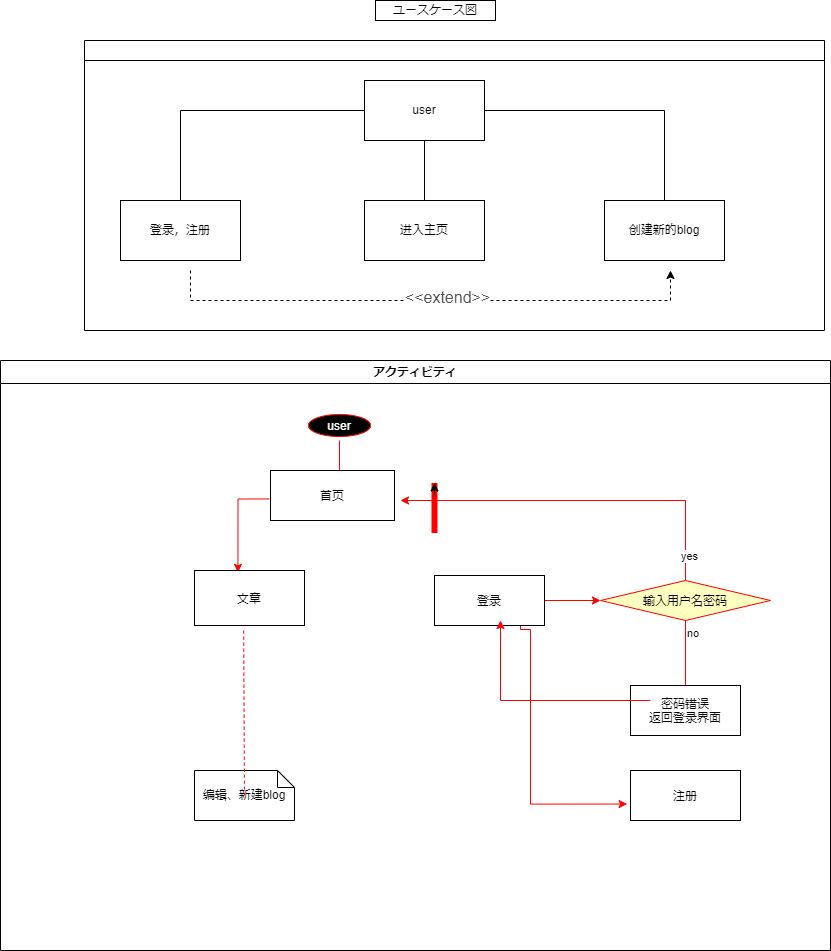
Above: 1.drawio.png in ZYooong/web1 (draw.io), before the change. Source tidied: cells renumbered, new cells last; positions are measured from the earlier drawing's top-left corner, leaving out a move shared by most shapes. Source of this version:
```xml
<mxGraphModel>
  <root>
    <mxCell id="0" />
    <mxCell id="1" parent="0" />
    <mxCell id="2" style="swimlane;html=1;startSize=20;horizontal=1;containerType=tree;glass=0;" parent="1" vertex="1">
      <mxGeometry x="84" y="40" width="740" height="290" as="geometry" />
    </mxCell>
    <mxCell id="3" style="edgeStyle=orthogonalEdgeStyle;rounded=0;jettySize=auto;html=1;entryX=0.5;entryY=0;entryDx=0;entryDy=0;" parent="2" edge="1" source="6" target="7">
      <mxGeometry relative="1" as="geometry" />
    </mxCell>
    <mxCell id="4" style="edgeStyle=orthogonalEdgeStyle;rounded=0;jettySize=auto;html=1;entryX=0.5;entryY=0;entryDx=0;entryDy=0;" parent="2" edge="1" source="6" target="8">
      <mxGeometry relative="1" as="geometry" />
    </mxCell>
    <mxCell id="5" style="edgeStyle=orthogonalEdgeStyle;rounded=0;jettySize=auto;html=1;entryX=0.5;entryY=0;entryDx=0;entryDy=0;" parent="2" edge="1" source="6" target="9">
      <mxGeometry relative="1" as="geometry" />
    </mxCell>
    <mxCell id="6" value="user" style="rounded=0;whiteSpace=wrap;html=1;" parent="2" vertex="1">
      <mxGeometry x="280" y="40" width="120" height="60" as="geometry" />
    </mxCell>
    <mxCell id="7" value="进入主页" style="rounded=0;whiteSpace=wrap;html=1;" parent="2" vertex="1">
      <mxGeometry x="280" y="160" width="120" height="60" as="geometry" />
    </mxCell>
    <mxCell id="8" value="创建新的blog" style="rounded=0;whiteSpace=wrap;html=1;" parent="2" vertex="1">
      <mxGeometry x="520" y="160" width="120" height="60" as="geometry" />
    </mxCell>
    <mxCell id="9" value="登录，注册" style="rounded=0;whiteSpace=wrap;html=1;" parent="2" vertex="1">
      <mxGeometry x="36" y="160" width="120" height="60" as="geometry" />
    </mxCell>
    <mxCell id="10" value="ユースケース図" style="whiteSpace=wrap;html=1;" parent="1" vertex="1">
      <mxGeometry x="375" width="120" height="20" as="geometry" />
    </mxCell>
    <mxCell id="11" value="アクティビティ" style="swimlane;whiteSpace=wrap;" parent="1" vertex="1">
      <mxGeometry y="360" width="830" height="590" as="geometry" />
    </mxCell>
    <mxCell id="12" value="user" style="ellipse;shape=startState;fillColor=#000000;strokeColor=#ff0000;fontColor=#FFFFFF;" parent="11" vertex="1">
      <mxGeometry x="304" y="50" width="70" height="30" as="geometry" />
    </mxCell>
    <mxCell id="13" style="edgeStyle=elbowEdgeStyle;elbow=horizontal;verticalAlign=bottom;endArrow=open;endSize=8;strokeColor=#FF0000;endFill=1;rounded=0;" parent="11" edge="1" source="12">
      <mxGeometry x="40" y="20" as="geometry">
        <mxPoint x="340" y="120" as="targetPoint" />
        <Array as="points">
          <mxPoint x="339" y="100" />
        </Array>
      </mxGeometry>
    </mxCell>
    <mxCell id="14" style="edgeStyle=orthogonalEdgeStyle;rounded=0;jettySize=auto;html=1;entryX=0.395;entryY=0.034;entryDx=0;entryDy=0;entryPerimeter=0;strokeColor=#FF0000;exitX=-0.009;exitY=0.569;exitDx=0;exitDy=0;exitPerimeter=0;" parent="11" edge="1" source="15" target="19">
      <mxGeometry relative="1" as="geometry">
        <Array as="points">
          <mxPoint x="237" y="139" />
        </Array>
      </mxGeometry>
    </mxCell>
    <mxCell id="15" value="首页" parent="11" vertex="1">
      <mxGeometry x="270" y="110" width="124" height="50" as="geometry" />
    </mxCell>
    <mxCell id="16" style="edgeStyle=orthogonalEdgeStyle;rounded=0;jettySize=auto;html=1;entryX=0;entryY=0.5;entryDx=0;entryDy=0;strokeColor=#FF0000;" parent="11" edge="1" target="22">
      <mxGeometry relative="1" as="geometry">
        <mxPoint x="540" y="240" as="sourcePoint" />
      </mxGeometry>
    </mxCell>
    <mxCell id="17" style="edgeStyle=orthogonalEdgeStyle;rounded=0;jettySize=auto;html=1;entryX=-0.031;entryY=0.671;entryDx=0;entryDy=0;entryPerimeter=0;strokeColor=#FF0000;" parent="11" edge="1" target="27">
      <mxGeometry relative="1" as="geometry">
        <mxPoint x="530" y="260" as="sourcePoint" />
        <Array as="points">
          <mxPoint x="520" y="269" />
          <mxPoint x="530" y="269" />
          <mxPoint x="530" y="443" />
        </Array>
      </mxGeometry>
    </mxCell>
    <mxCell id="18" value="登录" parent="11" vertex="1">
      <mxGeometry x="434" y="215" width="110" height="50" as="geometry" />
    </mxCell>
    <mxCell id="19" value="文章" parent="11" vertex="1">
      <mxGeometry x="194" y="210" width="110" height="55" as="geometry" />
    </mxCell>
    <mxCell id="20" style="edgeStyle=orthogonalEdgeStyle;rounded=0;jettySize=auto;html=1;strokeColor=#FF0000;" parent="11" edge="1" source="22">
      <mxGeometry relative="1" as="geometry">
        <mxPoint x="400" y="140" as="targetPoint" />
        <Array as="points">
          <mxPoint x="685" y="140" />
        </Array>
      </mxGeometry>
    </mxCell>
    <mxCell id="21" value="yes" style="edgeLabel;html=1;align=center;verticalAlign=middle;" parent="20" vertex="1">
      <mxGeometry x="-0.86" y="-3" relative="1" as="geometry" />
    </mxCell>
    <mxCell id="22" value="输入用户名密码" style="rhombus;fillColor=#ffffc0;strokeColor=#ff0000;" parent="11" vertex="1">
      <mxGeometry x="600" y="220" width="170" height="40" as="geometry" />
    </mxCell>
    <mxCell id="23" value="no" style="edgeStyle=elbowEdgeStyle;elbow=horizontal;align=left;verticalAlign=top;endArrow=open;endSize=8;strokeColor=#FF0000;endFill=1;rounded=0;" parent="11" edge="1" source="22" target="24">
      <mxGeometry x="-1" relative="1" as="geometry" />
    </mxCell>
    <mxCell id="24" value="密码错误&#10;返回登录界面" parent="11" vertex="1">
      <mxGeometry x="630" y="325" width="110" height="50" as="geometry" />
    </mxCell>
    <mxCell id="25" value="编辑、新建blog" style="shape=note;whiteSpace=wrap;size=17;" parent="11" vertex="1">
      <mxGeometry x="194" y="410" width="100" height="50" as="geometry" />
    </mxCell>
    <mxCell id="26" style="endArrow=none;strokeColor=#FF0000;endFill=0;rounded=0;dashed=1;exitX=0.447;exitY=1.094;exitDx=0;exitDy=0;exitPerimeter=0;" parent="11" edge="1" source="19" target="25">
      <mxGeometry relative="1" as="geometry" />
    </mxCell>
    <mxCell id="27" value="注册" parent="11" vertex="1">
      <mxGeometry x="630" y="410" width="110" height="50" as="geometry" />
    </mxCell>
    <mxCell id="28" style="shape=line;strokeWidth=6;strokeColor=#ff0000;rotation=90;" parent="11" vertex="1">
      <mxGeometry x="409" y="140" width="50" height="15" as="geometry" />
    </mxCell>
    <mxCell id="29" style="edgeStyle=orthogonalEdgeStyle;rounded=0;orthogonalLoop=1;jettySize=auto;html=1;exitX=0.25;exitY=0.5;exitDx=0;exitDy=0;exitPerimeter=0;entryX=0;entryY=0.5;entryDx=0;entryDy=0;entryPerimeter=0;" parent="11" edge="1" source="28" target="28">
      <mxGeometry relative="1" as="geometry" />
    </mxCell>
    <mxCell id="30" style="edgeStyle=orthogonalEdgeStyle;rounded=0;orthogonalLoop=1;jettySize=auto;html=1;dashed=1;startArrow=none;" parent="1" edge="1">
      <mxGeometry relative="1" as="geometry">
        <mxPoint x="190" y="270" as="sourcePoint" />
        <mxPoint x="670" y="270" as="targetPoint" />
        <Array as="points">
          <mxPoint x="190" y="300" />
          <mxPoint x="670" y="300" />
        </Array>
      </mxGeometry>
    </mxCell>
    <mxCell id="31" value="&lt;span style=&quot;color: rgba(0 , 0 , 0 , 0) ; font-family: monospace ; font-size: 0px ; background-color: rgb(248 , 249 , 250)&quot;&gt;%3CmxGraphModel%3E%3Croot%3E%3CmxCell%20id%3D%220%22%2F%3E%3CmxCell%20id%3D%221%22%20parent%3D%220%22%2F%3E%3CmxCell%20id%3D%222%22%20value%3D%22%26lt%3Bspan%20style%3D%26quot%3Bcolor%3A%20rgb(77%20%2C%2077%20%2C%2077)%20%3B%20font-family%3A%20%2C%20%26amp%3B%2334%3Bsf%20ui%20text%26amp%3B%2334%3B%20%2C%20%26amp%3B%2334%3Barial%26amp%3B%2334%3B%20%2C%20%26amp%3B%2334%3Bpingfang%20sc%26amp%3B%2334%3B%20%2C%20%26amp%3B%2334%3Bhiragino%20sans%20gb%26amp%3B%2334%3B%20%2C%20%26amp%3B%2334%3Bmicrosoft%20yahei%26amp%3B%2334%3B%20%2C%20%26amp%3B%2334%3Bwenquanyi%20micro%20hei%26amp%3B%2334%3B%20%2C%20sans-serif%20%2C%20%26amp%3B%2334%3Bsimhei%26amp%3B%2334%3B%20%2C%20%26amp%3B%2334%3Bsimsun%26amp%3B%2334%3B%20%3B%20font-size%3A%2016px%20%3B%20background-color%3A%20rgb(255%20%2C%20255%20%2C%20255)%26quot%3B%26gt%3B%26amp%3Blt%3B%26amp%3Blt%3Binclude%26amp%3Bgt%3B%26amp%3Bgt%3B%26lt%3B%2Fspan%26gt%3B%22%20style%3D%22text%3Bhtml%3D1%3Balign%3Dcenter%3BverticalAlign%3Dmiddle%3Bresizable%3D0%3Bpoints%3D%5B%5D%3Bautosize%3D1%3BstrokeColor%3Dnone%3BfillColor%3Dnone%3B%22%20vertex%3D%221%22%20parent%3D%221%22%3E%3CmxGeometry%20x%3D%22100%22%20y%3D%22200%22%20width%3D%22100%22%20height%3D%2220%22%20as%3D%22geometry%22%2F%3E%3C%2FmxCell%3E%3C%2Froot%3E%3C%2FmxGraphModel%3E&lt;/span&gt;" style="edgeLabel;html=1;align=center;verticalAlign=middle;" parent="30" vertex="1">
      <mxGeometry x="0.32" y="-2" relative="1" as="geometry">
        <mxPoint x="-1" as="offset" />
      </mxGeometry>
    </mxCell>
    <mxCell id="32" value="&lt;span style=&quot;color: rgb(77 , 77 , 77) ; font-family: , &amp;#34;sf ui text&amp;#34; , &amp;#34;arial&amp;#34; , &amp;#34;pingfang sc&amp;#34; , &amp;#34;hiragino sans gb&amp;#34; , &amp;#34;microsoft yahei&amp;#34; , &amp;#34;wenquanyi micro hei&amp;#34; , sans-serif , &amp;#34;simhei&amp;#34; , &amp;#34;simsun&amp;#34; ; font-size: 16px&quot;&gt;&amp;lt;&amp;lt;extend&amp;gt;&amp;gt;&lt;/span&gt;" style="edgeLabel;html=1;align=center;verticalAlign=middle;" parent="30" vertex="1">
      <mxGeometry x="0.06" y="4" relative="1" as="geometry">
        <mxPoint x="-1" as="offset" />
      </mxGeometry>
    </mxCell>
    <mxCell id="33" style="edgeStyle=orthogonalEdgeStyle;rounded=0;orthogonalLoop=1;jettySize=auto;html=1;strokeColor=#FF0000;" parent="1" edge="1">
      <mxGeometry relative="1" as="geometry">
        <mxPoint x="650" y="700" as="sourcePoint" />
        <mxPoint x="500" y="620" as="targetPoint" />
      </mxGeometry>
    </mxCell>
  </root>
</mxGraphModel>
```
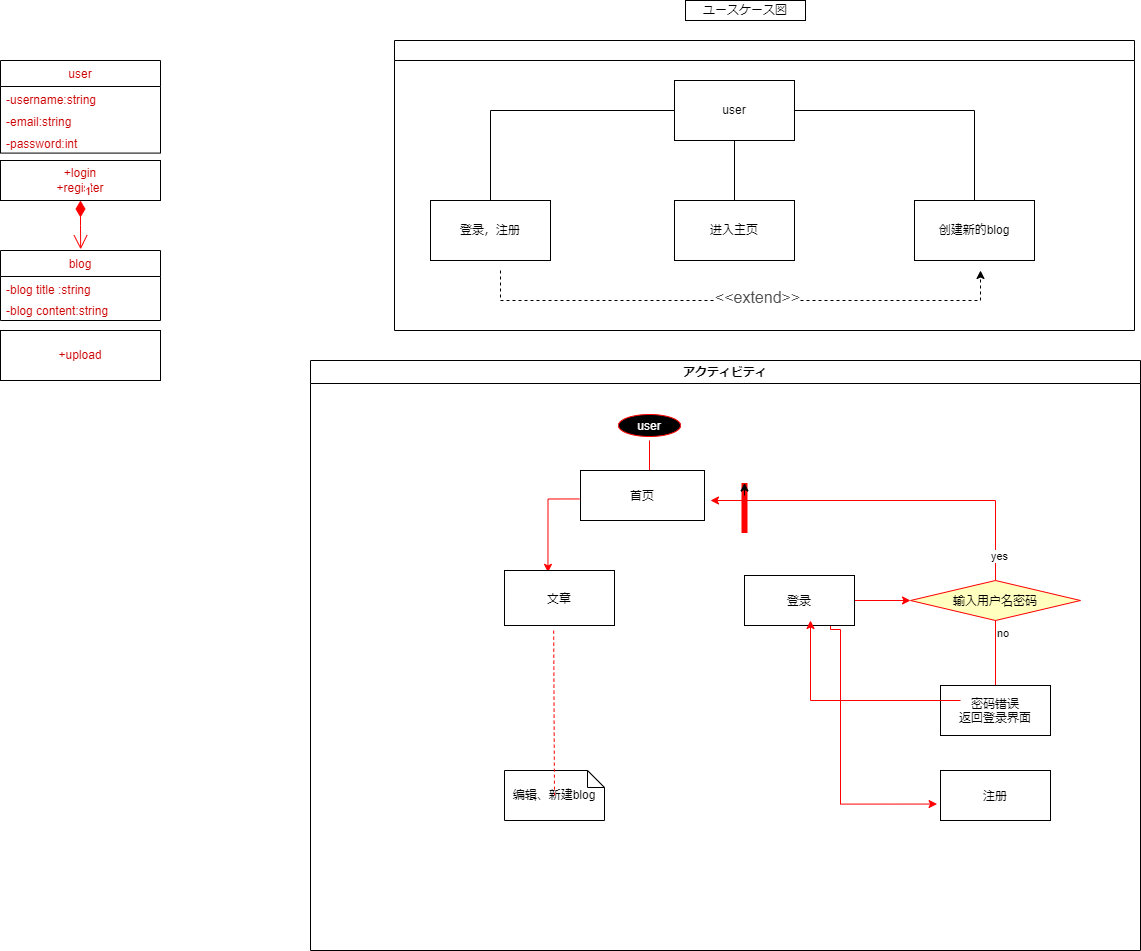
The same diagram one commit later.

What changed in the source:
```diff
@@ -135,5 +135,46 @@
         <mxPoint x="500" y="620" as="targetPoint" />
       </mxGeometry>
     </mxCell>
+    <mxCell id="34" style="group;" parent="1" vertex="1">
+      <mxGeometry x="-310" y="60" width="160" height="320" as="geometry" />
+    </mxCell>
+    <mxCell id="35" style="group;" parent="34" vertex="1">
+      <mxGeometry width="160" height="140" as="geometry" />
+    </mxCell>
+    <mxCell id="36" value="user" style="swimlane;fontStyle=0;horizontal=1;startSize=26;fillColor=none;fontColor=#CC0000;" parent="35" vertex="1">
+      <mxGeometry width="160" height="92.6" as="geometry" />
+    </mxCell>
+    <mxCell id="37" value="-username:string" style="text;strokeColor=none;fillColor=none;align=left;verticalAlign=top;spacingLeft=4;spacingRight=4;overflow=hidden;fontColor=#CC0000;" parent="36" vertex="1">
+      <mxGeometry y="26" width="160" height="22.2" as="geometry" />
+    </mxCell>
+    <mxCell id="38" value="-email:string" style="text;strokeColor=none;fillColor=none;align=left;verticalAlign=top;spacingLeft=4;spacingRight=4;overflow=hidden;fontColor=#CC0000;" parent="36" vertex="1">
+      <mxGeometry y="48.2" width="160" height="22.2" as="geometry" />
+    </mxCell>
+    <mxCell id="39" value="-password:int" style="text;strokeColor=none;fillColor=none;align=left;verticalAlign=top;spacingLeft=4;spacingRight=4;overflow=hidden;fontColor=#CC0000;" parent="36" vertex="1">
+      <mxGeometry y="70.4" width="160" height="22.2" as="geometry" />
+    </mxCell>
+    <mxCell id="40" value="+login&lt;br&gt;+register" style="rounded=0;whiteSpace=wrap;html=1;fontColor=#CC0000;" parent="35" vertex="1">
+      <mxGeometry y="100" width="160" height="40" as="geometry" />
+    </mxCell>
+    <mxCell id="41" style="group;" parent="34" vertex="1">
+      <mxGeometry y="190" width="160" height="130" as="geometry" />
+    </mxCell>
+    <mxCell id="42" value="blog" style="swimlane;fontStyle=0;horizontal=1;startSize=26;fillColor=none;fontColor=#CC0000;" parent="41" vertex="1">
+      <mxGeometry width="160" height="70" as="geometry" />
+    </mxCell>
+    <mxCell id="43" value="-blog title :string" style="text;strokeColor=none;fillColor=none;align=left;verticalAlign=top;spacingLeft=4;spacingRight=4;overflow=hidden;fontColor=#CC0000;" parent="42" vertex="1">
+      <mxGeometry y="26" width="160" height="20.6" as="geometry" />
+    </mxCell>
+    <mxCell id="44" value="-blog content:string" style="text;strokeColor=none;fillColor=none;align=left;verticalAlign=top;spacingLeft=4;spacingRight=4;overflow=hidden;fontColor=#CC0000;" parent="42" vertex="1">
+      <mxGeometry y="46.6" width="160" height="23.4" as="geometry" />
+    </mxCell>
+    <mxCell id="45" value="+upload" style="rounded=0;whiteSpace=wrap;html=1;fontColor=#CC0000;" parent="41" vertex="1">
+      <mxGeometry y="80" width="160" height="50" as="geometry" />
+    </mxCell>
+    <mxCell id="46" value="1" style="endArrow=open;html=1;endSize=12;startArrow=diamondThin;startSize=14;startFill=1;edgeStyle=orthogonalEdgeStyle;align=left;verticalAlign=bottom;rounded=0;fontColor=#CC0000;strokeColor=#FF0000;entryX=0.501;entryY=-0.017;entryDx=0;entryDy=0;entryPerimeter=0;" parent="34" edge="1" target="42">
+      <mxGeometry x="-1" y="3" relative="1" as="geometry">
+        <mxPoint x="80" y="140" as="sourcePoint" />
+      </mxGeometry>
+    </mxCell>
   </root>
 </mxGraphModel>
```
